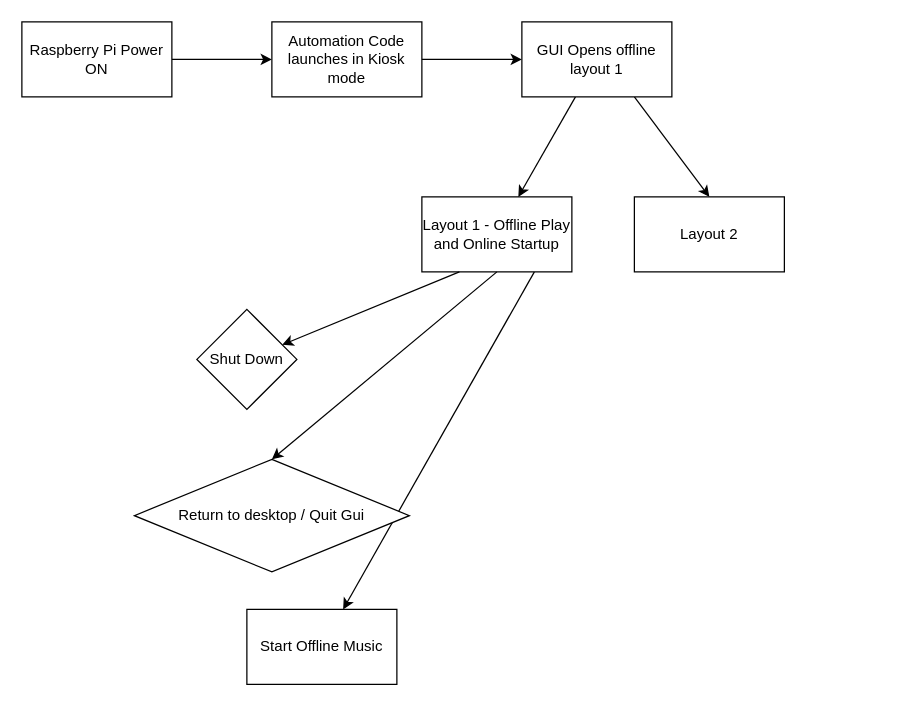
mitchellkolb/pi-music-player keeps this draw.io diagram as documents/uml.drawio. Above is the earlier version. Source tidied: cells renumbered, new cells numbered last; positions are measured from the earlier drawing's top-left corner, leaving out a move shared by most shapes. Both pictures are drawn from the tidied source at 125%, with x=0, y=0 at pixel (21, 21).
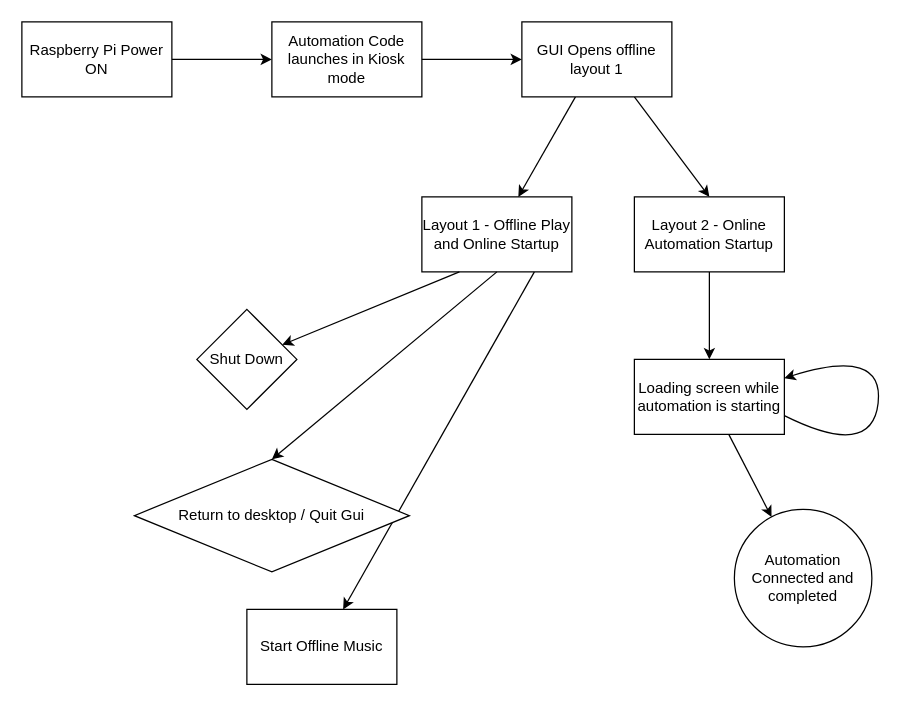
The same page after the edit.

Commit message:
Layout endpoints completed: Layout 2 loading screen loop

What changed in the source:
```diff
@@
+    <mxCell id="17" style="edgeStyle=none;html=1;" parent="1" edge="1" source="11" target="19">
+      <mxGeometry relative="1" as="geometry" />
+    </mxCell>
-    <mxCell id="11" value="Layout 2" style="whiteSpace=wrap;html=1;" parent="1" vertex="1">
+    <mxCell id="11" value="Layout 2 - Online Automation Startup" style="whiteSpace=wrap;html=1;" parent="1" vertex="1">
       <mxGeometry x="490" y="140" width="120" height="60" as="geometry" />
     </mxCell>
@@
+    <mxCell id="18" style="edgeStyle=none;curved=1;html=1;strokeColor=default;" parent="1" edge="1" source="19" target="21">
+      <mxGeometry relative="1" as="geometry" />
+    </mxCell>
+    <mxCell id="19" value="Loading screen while automation is starting" style="whiteSpace=wrap;html=1;" parent="1" vertex="1">
+      <mxGeometry x="490" y="270" width="120" height="60" as="geometry" />
+    </mxCell>
+    <mxCell id="20" style="edgeStyle=none;html=1;exitX=1;exitY=0.75;exitDx=0;exitDy=0;entryX=1;entryY=0.25;entryDx=0;entryDy=0;strokeColor=default;curved=1;" parent="1" edge="1" source="19" target="19">
+      <mxGeometry relative="1" as="geometry">
+        <Array as="points">
+          <mxPoint x="680" y="350" />
+          <mxPoint x="690" y="260" />
+        </Array>
+      </mxGeometry>
+    </mxCell>
+    <mxCell id="21" value="Automation Connected and completed" style="ellipse;whiteSpace=wrap;html=1;" parent="1" vertex="1">
+      <mxGeometry x="570" y="390" width="110" height="110" as="geometry" />
+    </mxCell>
```
